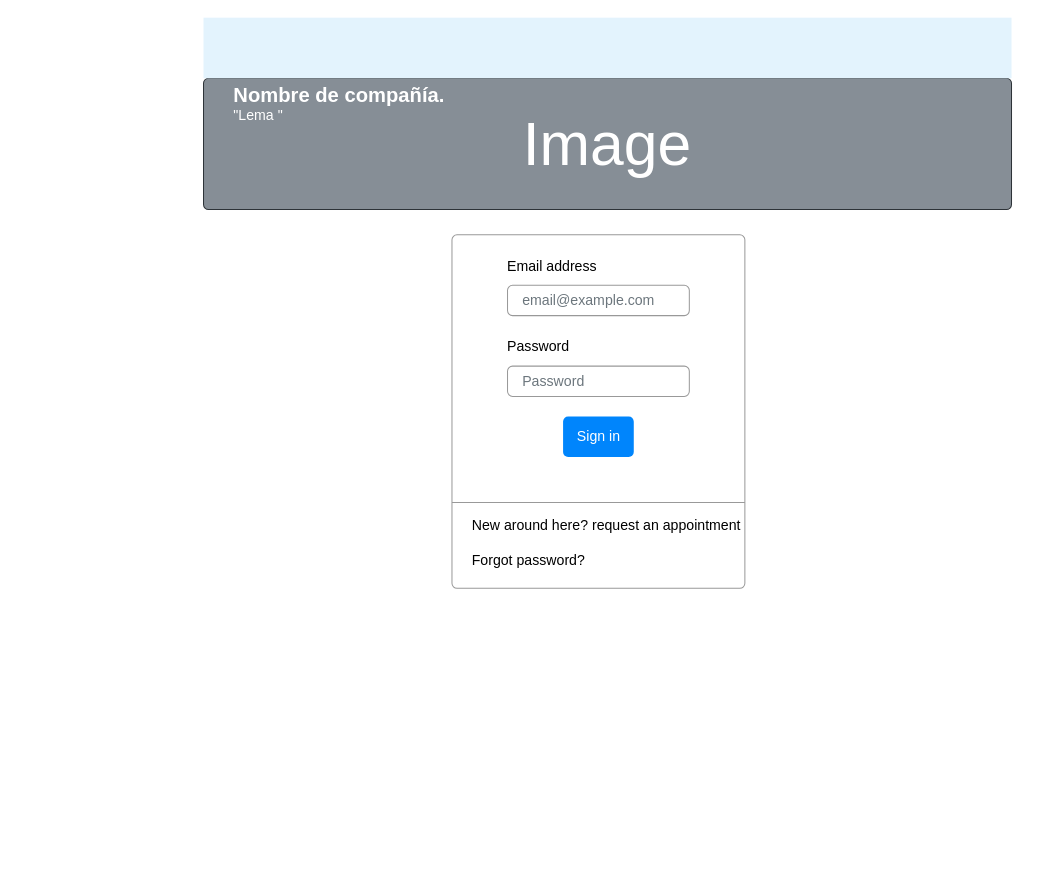
Before: page "Login" (1 of 6) of Untitled Diagram.drawio in GwenBZ/AccesoEmpresa, a draw.io diagram. Source tidied: cells renumbered, new cells numbered last; positions are measured from the earlier drawing's top-left corner, leaving out a move shared by most shapes. Both pictures are drawn from the tidied source at 101%, with x=0, y=0 at pixel (203, 17). Pictures stored in the file or linked from it are replaced by grey dashed boxes.
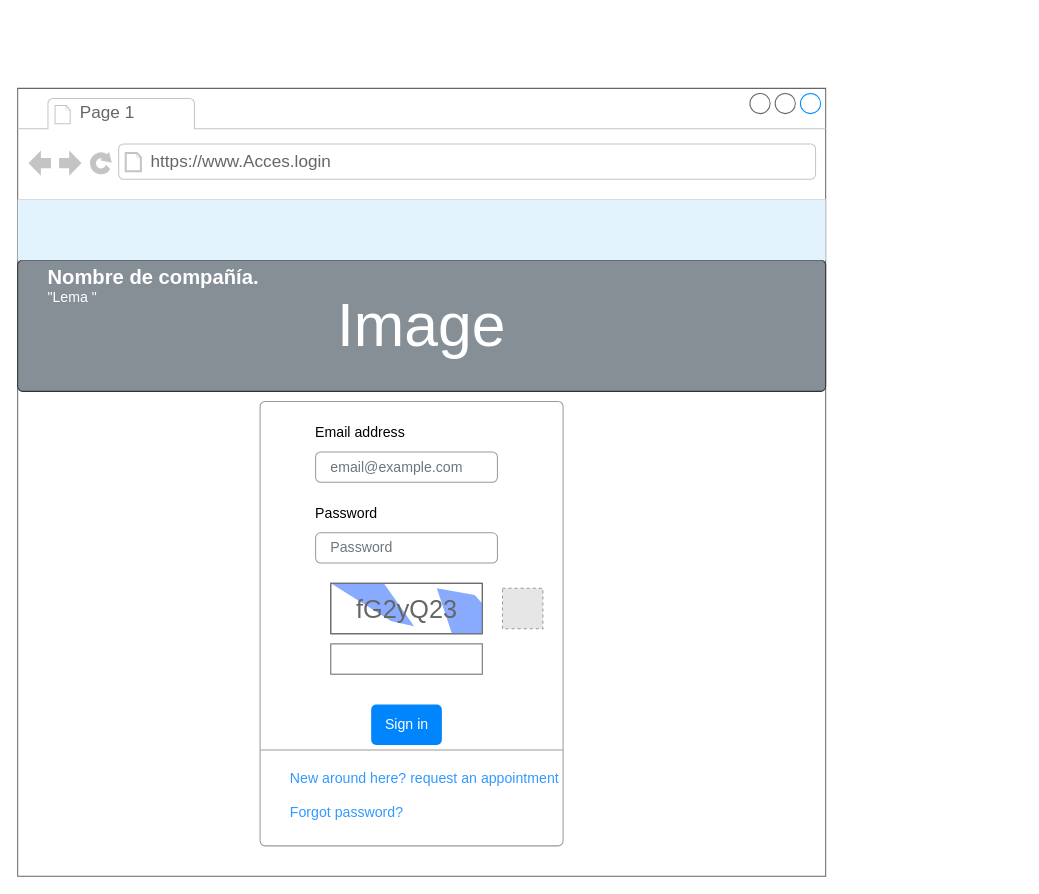
The same page after the edit.

The edit, as a diff of the source:
```diff
@@
+    <mxCell id="13" style="strokeWidth=1;shadow=0;dashed=0;align=center;html=1;shape=mxgraph.mockup.containers.browserWindow;rSize=0;strokeColor=#666666;strokeColor2=#008cff;strokeColor3=#c4c4c4;mainText=,;" parent="1" vertex="1">
+      <mxGeometry x="-184" y="70" width="800" height="780" as="geometry" />
+    </mxCell>
+    <mxCell id="14" value="Page 1" style="strokeWidth=1;shadow=0;dashed=0;align=center;html=1;shape=mxgraph.mockup.containers.anchor;fontSize=17;fontColor=#666666;align=left;" parent="13" vertex="1">
+      <mxGeometry x="60" y="12" width="110" height="26" as="geometry" />
+    </mxCell>
+    <mxCell id="15" value="https://www.Acces.login" style="strokeWidth=1;shadow=0;dashed=0;align=center;html=1;shape=mxgraph.mockup.containers.anchor;rSize=0;fontSize=17;fontColor=#666666;align=left;" parent="13" vertex="1">
+      <mxGeometry x="130" y="60" width="250" height="26" as="geometry" />
+    </mxCell>
-    <mxCell id="2" value="Image" style="html=1;shadow=0;dashed=0;shape=mxgraph.bootstrap.rrect;rSize=5;strokeColor=#2D3338;html=1;whiteSpace=wrap;fillColor=#868E96;fontColor=#ffffff;verticalAlign=middle;align=center;spacing=20;fontSize=60;" parent="1" vertex="1">
-      <mxGeometry y="60" width="800" height="130" as="geometry" />
+    <mxCell id="2" value="Image" style="html=1;shadow=0;dashed=0;shape=mxgraph.bootstrap.rrect;rSize=5;strokeColor=#2D3338;html=1;whiteSpace=wrap;fillColor=#868E96;fontColor=#ffffff;verticalAlign=middle;align=center;spacing=20;fontSize=60;" parent="13" vertex="1">
+      <mxGeometry y="170" width="800" height="130" as="geometry" />
     </mxCell>
@@
-    <mxCell id="5" style="html=1;shadow=0;dashed=0;shape=mxgraph.bootstrap.rrect;rSize=5;fillColor=#ffffff;strokeColor=#999999;" parent="1" vertex="1">
-      <mxGeometry x="246" y="215" width="290" height="350" as="geometry" />
+    <mxCell id="5" style="html=1;shadow=0;dashed=0;shape=mxgraph.bootstrap.rrect;rSize=5;fillColor=#ffffff;strokeColor=#999999;" parent="13" vertex="1">
+      <mxGeometry x="240" y="310" width="300" height="440" as="geometry" />
     </mxCell>
@@
-    <mxCell id="10" value="Sign in" style="html=1;shadow=0;dashed=0;shape=mxgraph.bootstrap.rrect;rSize=5;fillColor=#0085FC;strokeColor=none;align=center;fontSize=14;fontColor=#FFFFFF;" parent="5" vertex="1">
-      <mxGeometry width="70" height="40" relative="1" as="geometry">
-        <mxPoint x="110" y="180" as="offset" />
-      </mxGeometry>
-    </mxCell>
     <mxCell id="11" style="shape=line;strokeColor=#999999;perimeter=none;" parent="5" vertex="1">
-      <mxGeometry width="290" height="10" relative="1" as="geometry">
-        <mxPoint y="260" as="offset" />
+      <mxGeometry width="300" height="10" relative="1" as="geometry">
+        <mxPoint y="340" as="offset" />
       </mxGeometry>
     </mxCell>
-    <mxCell id="12" value="New around here? request an appointment&lt;br&gt;&lt;br&gt;Forgot password?" style="html=1;fillColor=none;strokeColor=none;align=left;spacing=20;fontSize=14;" parent="5" vertex="1">
+    <mxCell id="12" value="&lt;font color=&quot;#3399FF&quot;&gt;New around here? request an appointment&lt;/font&gt;&lt;br&gt;&lt;br&gt;&lt;font color=&quot;#3399FF&quot;&gt;Forgot password?&lt;/font&gt;" style="html=1;fillColor=none;strokeColor=none;align=left;spacing=20;fontSize=14;" parent="5" vertex="1">
       <mxGeometry width="220" height="60" relative="1" as="geometry">
-        <mxPoint y="275" as="offset" />
+        <mxPoint x="10" y="360" as="offset" />
       </mxGeometry>
     </mxCell>
+    <mxCell id="16" value="fG2yQ23" style="strokeWidth=1;shadow=0;dashed=0;align=center;html=1;shape=mxgraph.mockup.text.captcha;fontColor=#666666;fontSize=25;strokeColor=#666666;mainText=;" parent="5" vertex="1">
+      <mxGeometry x="70" y="180" width="150" height="50" as="geometry" />
+    </mxCell>
+    <mxCell id="17" style="strokeWidth=1;shadow=0;dashed=0;align=center;html=1;shape=mxgraph.mockup.text.textBox;fontColor=#666666;align=left;fontSize=17;spacingLeft=4;spacingTop=-3;strokeColor=#666666;mainText=;" parent="5" vertex="1">
+      <mxGeometry x="70" y="240" width="150" height="30" as="geometry" />
+    </mxCell>
+    <mxCell id="10" value="Sign in" style="html=1;shadow=0;dashed=0;shape=mxgraph.bootstrap.rrect;rSize=5;fillColor=#0085FC;strokeColor=none;align=center;fontSize=14;fontColor=#FFFFFF;" parent="5" vertex="1">
+      <mxGeometry width="70" height="40" relative="1" as="geometry">
+        <mxPoint x="110" y="300" as="offset" />
+      </mxGeometry>
+    </mxCell>
+    <mxCell id="18" style="fillColor=#E6E6E6;strokeColor=#999999;dashed=1;html=1;verticalAlign=top;verticalLabelPosition=bottom;labelBackgroundColor=#ffffff;fontColor=#3399FF;" parent="5" vertex="1">
+      <mxGeometry x="240" y="185" width="40" height="40" as="geometry" />
+    </mxCell>
```
